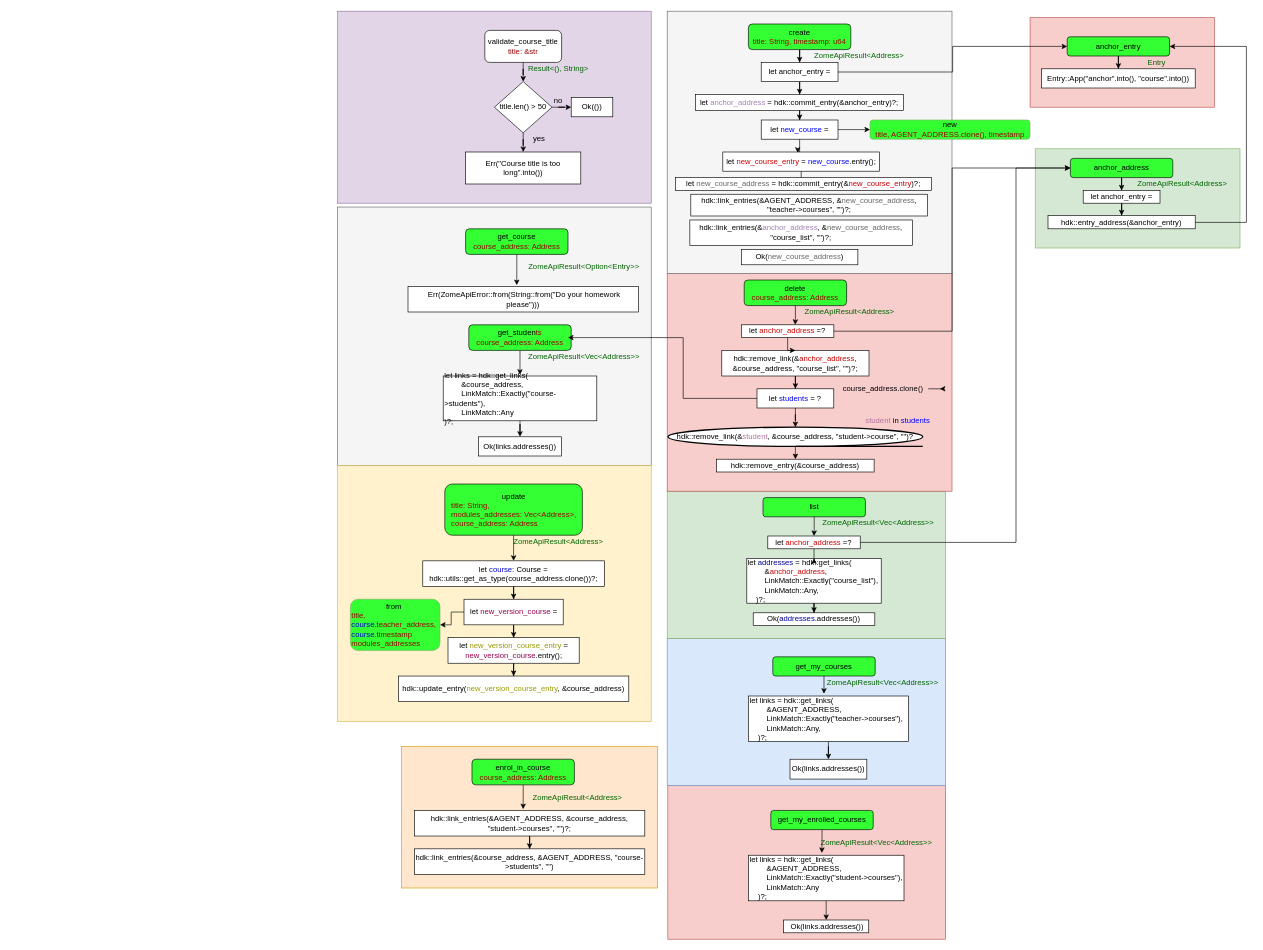
Earlier version of the draw.io diagram page "course: functions" (6 of 13) of Untitled Diagram.drawio (sdelvalle57/hUdemy). Source tidied: cells renumbered, new cells numbered last; positions are measured from the earlier drawing's top-left corner, leaving out a move shared by most shapes. Both pictures are drawn from the tidied source at 64%, with x=0, y=0 at pixel (337, 11).
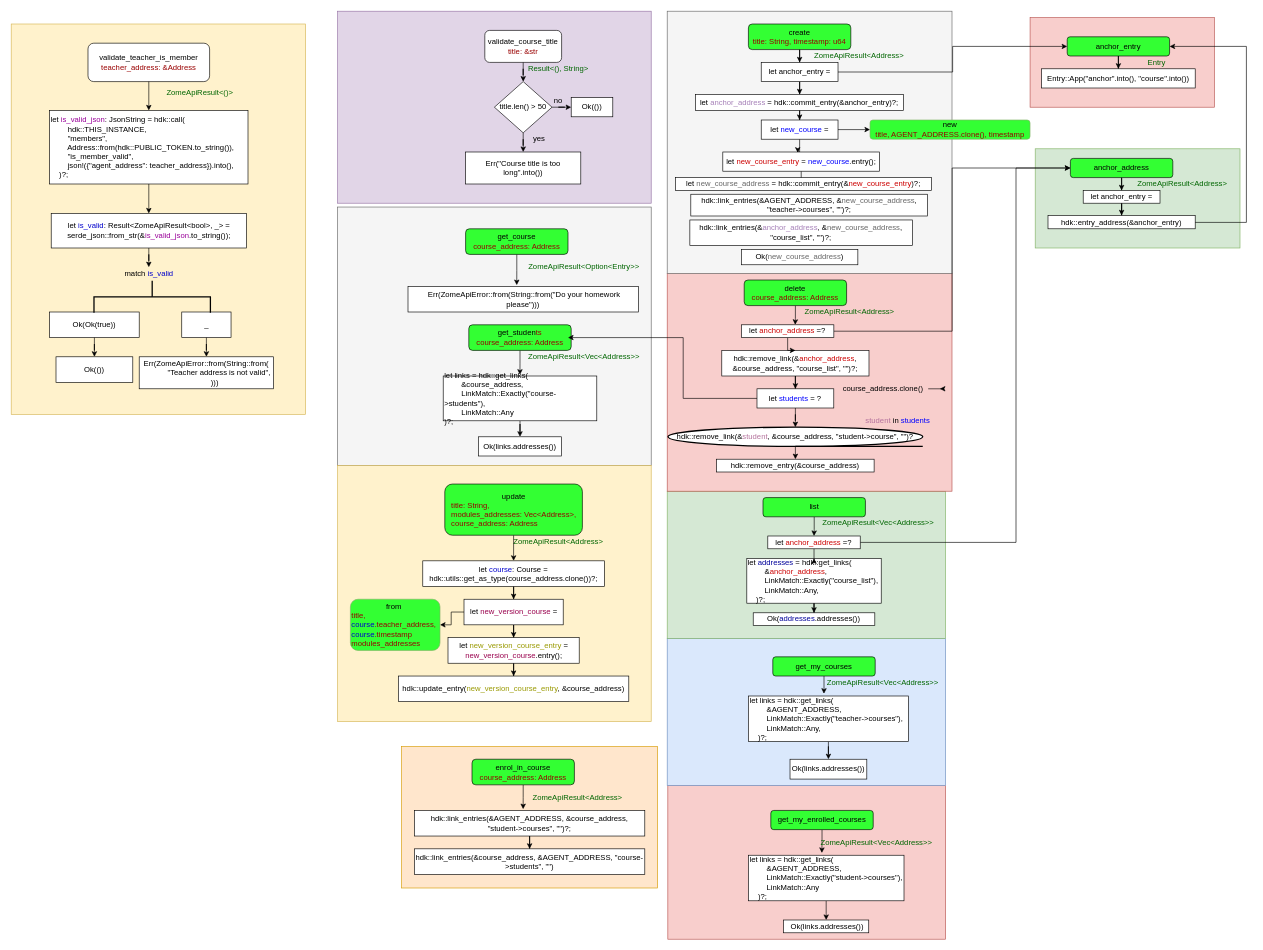
The same page after the edit.

Commit message (it also covers changes not shown here):
members zome

Diff of the diagram source:
```diff
@@
+    <mxCell id="119" style="group;" parent="1" vertex="1">
+      <mxGeometry x="-510" y="20" width="460" height="610" as="geometry" />
+    </mxCell>
+    <mxCell id="120" style="rounded=0;whiteSpace=wrap;html=1;fillColor=#fff2cc;strokeColor=#d6b656;" parent="119" vertex="1">
+      <mxGeometry width="460" height="610" as="geometry" />
+    </mxCell>
+    <mxCell id="121" value="&lt;div&gt;validate_teacher_is_member&lt;/div&gt;&lt;font color=&quot;#990000&quot;&gt;teacher_address: &amp;amp;Address&lt;/font&gt;" style="rounded=1;whiteSpace=wrap;html=1;" parent="119" vertex="1">
+      <mxGeometry x="120" y="30" width="190" height="60" as="geometry" />
+    </mxCell>
+    <mxCell id="122" value="&lt;font color=&quot;#006600&quot;&gt;ZomeApiResult&amp;lt;()&amp;gt;&lt;/font&gt;" style="text;html=1;strokeColor=none;fillColor=none;align=center;verticalAlign=middle;whiteSpace=wrap;rounded=0;" parent="119" vertex="1">
+      <mxGeometry x="240" y="95" width="110" height="25" as="geometry" />
+    </mxCell>
+    <mxCell id="123" value="&lt;div align=&quot;left&quot;&gt;let &lt;font color=&quot;#990099&quot;&gt;is_valid_json&lt;/font&gt;: JsonString = hdk::call(&lt;br&gt;&amp;nbsp;&amp;nbsp;&amp;nbsp;&amp;nbsp;&amp;nbsp;&amp;nbsp;&amp;nbsp; hdk::THIS_INSTANCE, &lt;br&gt;&amp;nbsp;&amp;nbsp;&amp;nbsp;&amp;nbsp;&amp;nbsp;&amp;nbsp;&amp;nbsp; &quot;members&quot;, &lt;br&gt;&amp;nbsp;&amp;nbsp;&amp;nbsp;&amp;nbsp;&amp;nbsp;&amp;nbsp;&amp;nbsp; Address::from(hdk::PUBLIC_TOKEN.to_string()), &lt;br&gt;&amp;nbsp;&amp;nbsp;&amp;nbsp;&amp;nbsp;&amp;nbsp;&amp;nbsp;&amp;nbsp; &quot;is_member_valid&quot;, &lt;br&gt;&amp;nbsp;&amp;nbsp;&amp;nbsp;&amp;nbsp;&amp;nbsp;&amp;nbsp;&amp;nbsp; json!({&quot;agent_address&quot;: teacher_address}).into(),&amp;nbsp;&amp;nbsp;&amp;nbsp; &lt;br&gt;&amp;nbsp;&amp;nbsp;&amp;nbsp; )?;&lt;/div&gt;" style="rounded=0;whiteSpace=wrap;html=1;align=left;" parent="119" vertex="1">
+      <mxGeometry x="60" y="135" width="310" height="115" as="geometry" />
+    </mxCell>
+    <mxCell id="124" style="edgeStyle=orthogonalEdgeStyle;rounded=0;jettySize=auto;html=1;entryX=0.5;entryY=0;entryDx=0;entryDy=0;" parent="119" edge="1" source="121" target="123">
+      <mxGeometry relative="1" as="geometry" />
+    </mxCell>
+    <mxCell id="125" value="let &lt;font color=&quot;#0000CC&quot;&gt;is_valid&lt;/font&gt;: Result&amp;lt;ZomeApiResult&amp;lt;bool&amp;gt;, _&amp;gt; = serde_json::from_str(&amp;amp;&lt;font color=&quot;#990099&quot;&gt;is_valid_json&lt;/font&gt;.to_string());" style="rounded=0;whiteSpace=wrap;html=1;" parent="119" vertex="1">
+      <mxGeometry x="62.5" y="296" width="305" height="54" as="geometry" />
+    </mxCell>
+    <mxCell id="126" style="edgeStyle=orthogonalEdgeStyle;rounded=0;jettySize=auto;html=1;entryX=0.5;entryY=0;entryDx=0;entryDy=0;" parent="119" edge="1" source="123" target="125">
+      <mxGeometry relative="1" as="geometry" />
+    </mxCell>
+    <mxCell id="127" value="match &lt;font color=&quot;#0000CC&quot;&gt;is_valid&lt;/font&gt;" style="text;html=1;strokeColor=none;fillColor=none;align=center;verticalAlign=middle;whiteSpace=wrap;rounded=0;" parent="119" vertex="1">
+      <mxGeometry x="167.5" y="380" width="95" height="20" as="geometry" />
+    </mxCell>
+    <mxCell id="128" style="edgeStyle=orthogonalEdgeStyle;rounded=0;jettySize=auto;html=1;entryX=0.5;entryY=0;entryDx=0;entryDy=0;" parent="119" edge="1" source="125" target="127">
+      <mxGeometry relative="1" as="geometry" />
+    </mxCell>
+    <mxCell id="129" value="Ok(Ok(true)) " style="rounded=0;whiteSpace=wrap;html=1;" parent="119" vertex="1">
+      <mxGeometry x="60" y="450" width="140" height="40" as="geometry" />
+    </mxCell>
+    <mxCell id="130" value="Ok(())" style="rounded=0;whiteSpace=wrap;html=1;" parent="119" vertex="1">
+      <mxGeometry x="70" y="520" width="120" height="40" as="geometry" />
+    </mxCell>
+    <mxCell id="131" style="edgeStyle=orthogonalEdgeStyle;rounded=0;jettySize=auto;html=1;entryX=0.5;entryY=0;entryDx=0;entryDy=0;" parent="119" edge="1" source="129" target="130">
+      <mxGeometry relative="1" as="geometry" />
+    </mxCell>
+    <mxCell id="132" value="_" style="rounded=0;whiteSpace=wrap;html=1;" parent="119" vertex="1">
+      <mxGeometry x="266.5" y="450" width="77" height="40" as="geometry" />
+    </mxCell>
+    <mxCell id="133" value="Err(ZomeApiError::from(String::from(&lt;br&gt;&amp;nbsp;&amp;nbsp;&amp;nbsp;&amp;nbsp;&amp;nbsp;&amp;nbsp;&amp;nbsp;&amp;nbsp;&amp;nbsp;&amp;nbsp;&amp;nbsp; &quot;Teacher address is not valid&quot;,&lt;br&gt;&amp;nbsp;&amp;nbsp;&amp;nbsp;&amp;nbsp;&amp;nbsp;&amp;nbsp;&amp;nbsp; )))" style="rounded=0;whiteSpace=wrap;html=1;" parent="119" vertex="1">
+      <mxGeometry x="200" y="520" width="210" height="50" as="geometry" />
+    </mxCell>
+    <mxCell id="134" style="edgeStyle=orthogonalEdgeStyle;rounded=0;jettySize=auto;html=1;entryX=0.5;entryY=0;entryDx=0;entryDy=0;" parent="119" edge="1" source="132" target="133">
+      <mxGeometry relative="1" as="geometry" />
+    </mxCell>
+    <mxCell id="135" style="strokeWidth=2;html=1;shape=mxgraph.flowchart.annotation_2;align=left;labelPosition=right;rotation=90;" parent="119" vertex="1">
+      <mxGeometry x="195.3" y="335.3" width="50" height="181.9" as="geometry" />
+    </mxCell>
```
